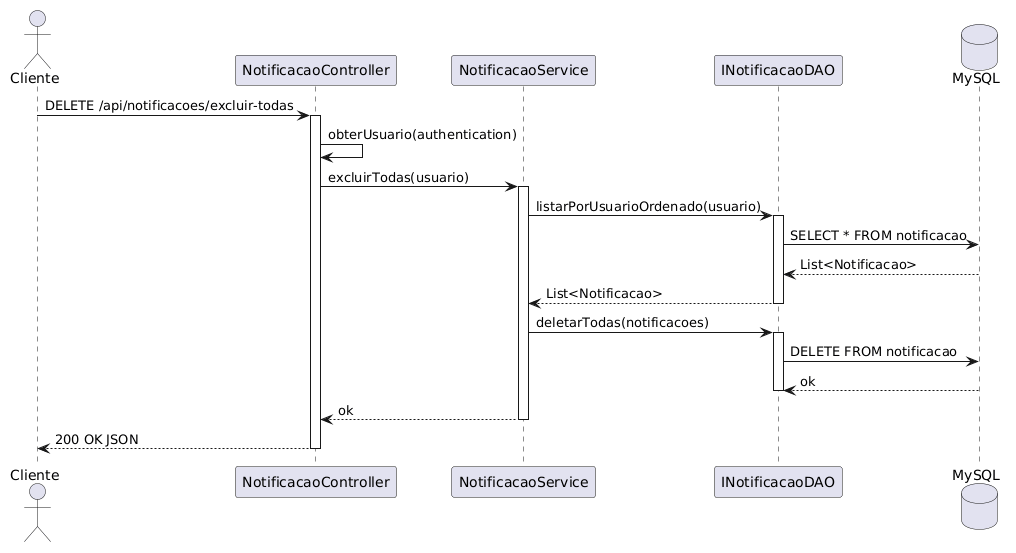
This is Diagramas/Diagramas de Sequência/Notificacoes/Diagrama de Sequencia - Excluir Todas Notificacoes.png from MatheusAbib/Jornal-de-Receitas, a PlantUML export, as it was before one commit. Source of this version:
```plantuml
@startuml
actor "Cliente" as user
participant "NotificacaoController" as controller
participant "NotificacaoService" as service
participant "INotificacaoDAO" as dao
database "MySQL" as db

user -> controller : DELETE /api/notificacoes/excluir-todas
activate controller

controller -> controller : obterUsuario(authentication)
controller -> service : excluirTodas(usuario)
activate service

service -> dao : listarPorUsuarioOrdenado(usuario)
activate dao
dao -> db : SELECT * FROM notificacao
db --> dao : List<Notificacao>
dao --> service : List<Notificacao>
deactivate dao

service -> dao : deletarTodas(notificacoes)
activate dao
dao -> db : DELETE FROM notificacao
db --> dao : ok
deactivate dao

service --> controller : ok
deactivate service

controller --> user : 200 OK JSON
deactivate controller
@enduml
```
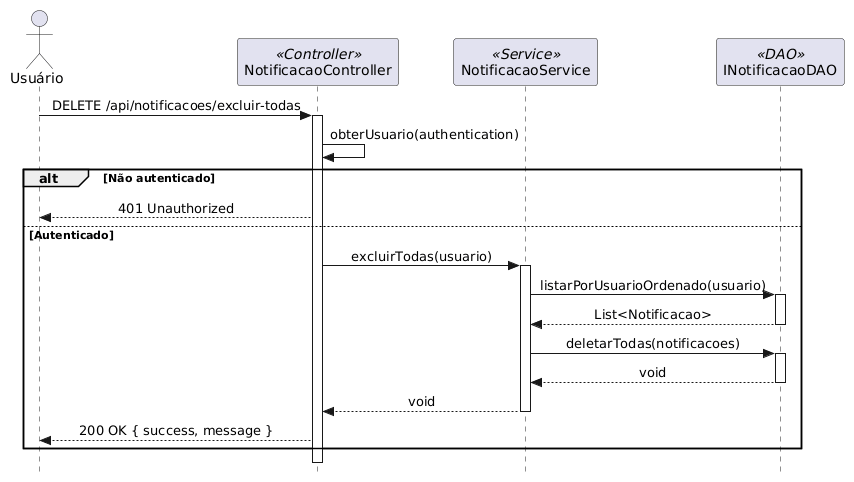
The same file after the commit.

Change to the diagram source:
```diff
@@ -1,33 +1,32 @@
 @startuml
-actor "Cliente" as user
-participant "NotificacaoController" as controller
-participant "NotificacaoService" as service
-participant "INotificacaoDAO" as dao
-database "MySQL" as db
+skinparam style strictuml
+skinparam sequenceMessageAlign center
+skinparam shadowing false
 
-user -> controller : DELETE /api/notificacoes/excluir-todas
-activate controller
+actor "Usuário" as user
+participant "NotificacaoController" as ctrl <<Controller>>
+participant "NotificacaoService" as svc <<Service>>
+participant "INotificacaoDAO" as dao <<DAO>>
 
-controller -> controller : obterUsuario(authentication)
-controller -> service : excluirTodas(usuario)
-activate service
-
-service -> dao : listarPorUsuarioOrdenado(usuario)
-activate dao
-dao -> db : SELECT * FROM notificacao
-db --> dao : List<Notificacao>
-dao --> service : List<Notificacao>
-deactivate dao
-
-service -> dao : deletarTodas(notificacoes)
-activate dao
-dao -> db : DELETE FROM notificacao
-db --> dao : ok
-deactivate dao
-
-service --> controller : ok
-deactivate service
-
-controller --> user : 200 OK JSON
-deactivate controller
+user -> ctrl: DELETE /api/notificacoes/excluir-todas
+activate ctrl
+ctrl -> ctrl: obterUsuario(authentication)
+alt Não autenticado
+    ctrl --> user: 401 Unauthorized
+else Autenticado
+    ctrl -> svc: excluirTodas(usuario)
+    activate svc
+    svc -> dao: listarPorUsuarioOrdenado(usuario)
+    activate dao
+    dao --> svc: List<Notificacao>
+    deactivate dao
+    svc -> dao: deletarTodas(notificacoes)
+    activate dao
+    dao --> svc: void
+    deactivate dao
+    svc --> ctrl: void
+    deactivate svc
+    ctrl --> user: 200 OK { success, message }
+end
+deactivate ctrl
 @enduml
```
